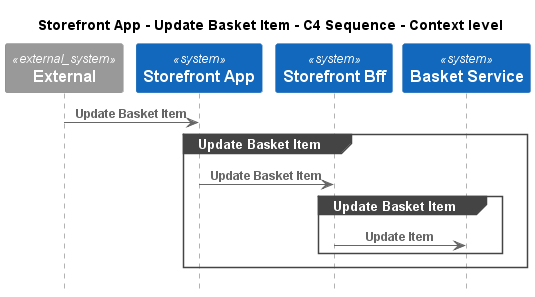
Earlier version of the PlantUML export e-commerce-platform/Software Systems/Storefront App/Interfaces/Update Basket Item/Context - C4 Sequence.png (C4InterFlow/architecture-as-code-samples). Its diagram source:
```plantuml
@startuml
!pragma layout smetana
!include ..\..\..\..\.c4s\C4_Sequence.puml

title Storefront App - Update Basket Item - C4 Sequence - Context level

System_Ext(C4InterFlow.SoftwareSystems.ExternalSystem, "External", "")
System(ECommercePlatform.SoftwareSystems.StorefrontApp, "Storefront App", "")
System(ECommercePlatform.SoftwareSystems.StorefrontBff, "Storefront Bff", "")
System(ECommercePlatform.SoftwareSystems.BasketService, "Basket Service", "")

Rel(C4InterFlow.SoftwareSystems.ExternalSystem, ECommercePlatform.SoftwareSystems.StorefrontApp, "Update Basket Item")
group Update Basket Item
Rel(ECommercePlatform.SoftwareSystems.StorefrontApp, ECommercePlatform.SoftwareSystems.StorefrontBff, "Update Basket Item")
group Update Basket Item
Rel(ECommercePlatform.SoftwareSystems.StorefrontBff, ECommercePlatform.SoftwareSystems.BasketService, "Update Item")
end
end


@enduml
```
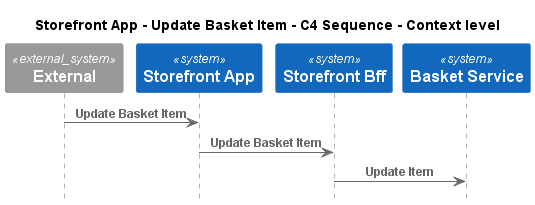
After the commit.

Diff of the diagram source:
```diff
@@ -10,12 +10,8 @@
 System(ECommercePlatform.SoftwareSystems.BasketService, "Basket Service", "")
 
 Rel(C4InterFlow.SoftwareSystems.ExternalSystem, ECommercePlatform.SoftwareSystems.StorefrontApp, "Update Basket Item")
-group Update Basket Item
 Rel(ECommercePlatform.SoftwareSystems.StorefrontApp, ECommercePlatform.SoftwareSystems.StorefrontBff, "Update Basket Item")
-group Update Basket Item
 Rel(ECommercePlatform.SoftwareSystems.StorefrontBff, ECommercePlatform.SoftwareSystems.BasketService, "Update Item")
-end
-end
 
 
 @enduml
```
